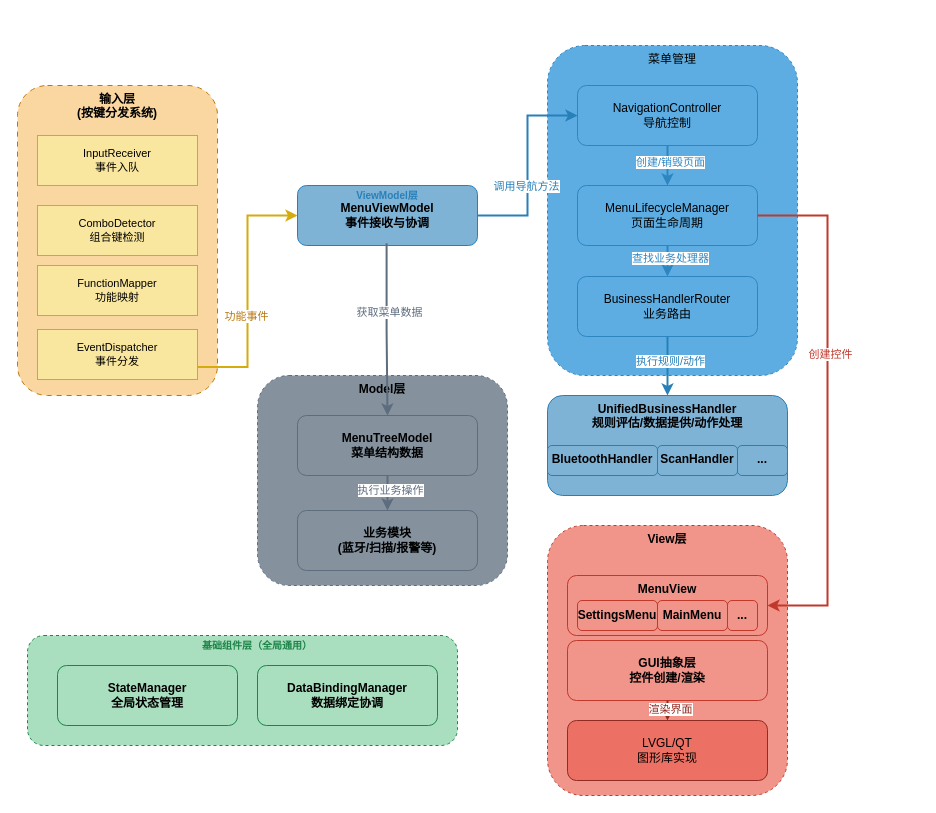
Before: page "菜单分层图" (13 of 13) of PDR.drawio in liyunhao2/technology, a draw.io diagram. Source tidied: cells renumbered, new cells numbered last; positions are measured from the earlier drawing's top-left corner, leaving out a move shared by most shapes. Both pictures are drawn from the tidied source at 100%, with x=0, y=0 at pixel (17, 45).
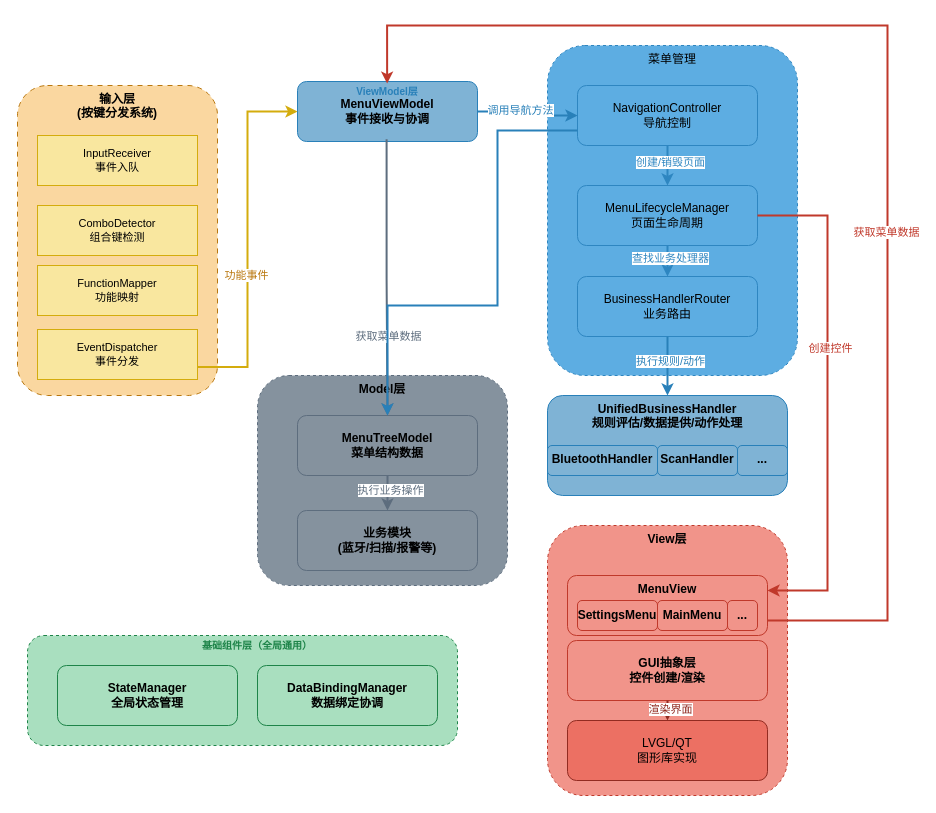
The same page after the edit.

Unchanged cells that the change refers to:
```xml
<mxCell id="15" value="NavigationController&lt;br&gt;导航控制" style="rounded=1;whiteSpace=wrap;html=1;fillColor=#5DADE2;strokeColor=#2E86C1;fontSize=12;" parent="1" vertex="1">
  <mxGeometry x="560" y="40" width="180" height="60" as="geometry" />
</mxCell>
<mxCell id="16" value="MenuLifecycleManager&lt;br&gt;页面生命周期" style="rounded=1;whiteSpace=wrap;html=1;fillColor=#5DADE2;strokeColor=#2E86C1;fontSize=12;" parent="1" vertex="1">
  <mxGeometry x="560" y="140" width="180" height="60" as="geometry" />
</mxCell>
<mxCell id="18" value="MenuTreeModel&lt;br&gt;菜单结构数据" style="rounded=1;whiteSpace=wrap;html=1;fillColor=#85929E;strokeColor=#5D6D7E;fontSize=12;fontStyle=1;" parent="1" vertex="1">
  <mxGeometry x="280" y="370" width="180" height="60" as="geometry" />
</mxCell>
<mxCell id="32" style="edgeStyle=orthogonalEdgeStyle;rounded=0;html=1;endArrow=classic;strokeColor=#5D6D7E;strokeWidth=2;exitX=0.495;exitY=0.964;exitDx=0;exitDy=0;exitPerimeter=0;" parent="1" edge="1" source="13" target="18">
  <mxGeometry relative="1" as="geometry" />
</mxCell>
<mxCell id="42" value="MenuView" style="rounded=1;whiteSpace=wrap;html=1;fillColor=#F1948A;strokeColor=#C0392B;fontSize=12;fontStyle=1;verticalAlign=top;" parent="1" vertex="1">
  <mxGeometry x="550" y="530" width="200" height="60" as="geometry" />
</mxCell>
```

Diff of the diagram source:
```diff
@@
     <mxCell id="13" value="MenuViewModel&lt;br&gt;事件接收与协调" style="rounded=1;whiteSpace=wrap;html=1;fillColor=#7FB3D5;strokeColor=#2980B9;fontSize=12;fontStyle=1;" parent="1" vertex="1">
-      <mxGeometry x="280" y="140" width="180" height="60" as="geometry" />
+      <mxGeometry x="280" y="36" width="180" height="60" as="geometry" />
     </mxCell>
@@
     <mxCell id="33" value="获取菜单数据" style="edgeLabel;html=1;align=center;verticalAlign=middle;fontSize=11;fontColor=#5D6D7E;" parent="32" vertex="1">
-      <mxGeometry x="-0.2" y="2" relative="1" as="geometry" />
+      <mxGeometry x="-0.2" y="2" relative="1" as="geometry">
+        <mxPoint x="-1" y="86" as="offset" />
+      </mxGeometry>
     </mxCell>
@@
-    <mxCell id="36" style="edgeStyle=orthogonalEdgeStyle;rounded=0;html=1;exitX=1;exitY=0.5;endArrow=classic;strokeColor=#C0392B;strokeWidth=2;exitDx=0;exitDy=0;entryX=1;entryY=0.5;entryDx=0;entryDy=0;" parent="1" edge="1" source="16" target="42">
+    <mxCell id="36" style="edgeStyle=orthogonalEdgeStyle;rounded=0;html=1;exitX=1;exitY=0.5;endArrow=classic;strokeColor=#C0392B;strokeWidth=2;exitDx=0;exitDy=0;entryX=1;entryY=0.25;entryDx=0;entryDy=0;" parent="1" edge="1" source="16" target="42">
       <mxGeometry relative="1" as="geometry">
         <Array as="points">
           <mxPoint x="810" y="170" />
-          <mxPoint x="810" y="560" />
+          <mxPoint x="810" y="545" />
         </Array>
       </mxGeometry>
     </mxCell>
@@
     <mxCell id="40" value="ViewModel层" style="text;html=1;strokeColor=none;fillColor=none;align=center;verticalAlign=middle;whiteSpace=wrap;rounded=0;fontSize=10;fontColor=#2980B9;fontStyle=1;" parent="1" vertex="1">
-      <mxGeometry x="310" y="140" width="120" height="20" as="geometry" />
+      <mxGeometry x="310" y="36" width="120" height="20" as="geometry" />
     </mxCell>
@@
+    <mxCell id="49" style="edgeStyle=orthogonalEdgeStyle;rounded=0;html=1;exitX=1;exitY=0.75;endArrow=classic;strokeColor=#C0392B;strokeWidth=2;exitDx=0;exitDy=0;entryX=0.498;entryY=0.035;entryDx=0;entryDy=0;entryPerimeter=0;" parent="1" edge="1" source="42" target="13">
+      <mxGeometry relative="1" as="geometry">
+        <Array as="points">
+          <mxPoint x="870" y="575" />
+          <mxPoint x="870" y="-20" />
+          <mxPoint x="370" y="-20" />
+        </Array>
+      </mxGeometry>
+    </mxCell>
+    <mxCell id="50" value="获取菜单数据" style="edgeLabel;html=1;align=center;verticalAlign=middle;fontSize=11;fontColor=#C0392B;" parent="49" vertex="1">
+      <mxGeometry x="-0.2" y="2" relative="1" as="geometry" />
+    </mxCell>
+    <mxCell id="51" style="edgeStyle=orthogonalEdgeStyle;rounded=0;html=1;exitX=0;exitY=0.75;entryX=0.5;entryY=0;endArrow=classic;strokeColor=#2980B9;strokeWidth=2;exitDx=0;exitDy=0;entryDx=0;entryDy=0;" parent="1" edge="1" source="15" target="18">
+      <mxGeometry relative="1" as="geometry">
+        <Array as="points">
+          <mxPoint x="480" y="85" />
+          <mxPoint x="480" y="260" />
+          <mxPoint x="370" y="260" />
+        </Array>
+      </mxGeometry>
+    </mxCell>
```
